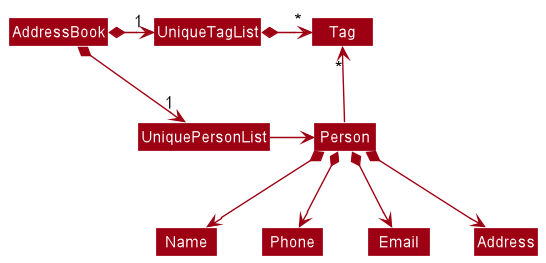
Above: docs/images/BetterModelClassDiagram.png in nus-cs2103-AY2122S1/tp (PlantUML), before the change.
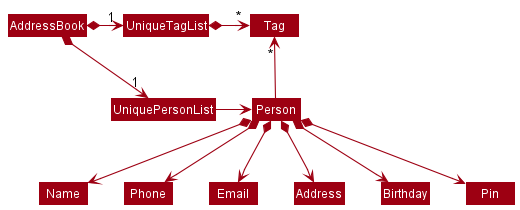
After the commit.

Commit message:
Update BetterModelClassDiagram with Pin and Birthday

Diff of the diagram source:
```diff
@@ -18,4 +18,6 @@
 Person *--> Phone
 Person *--> Email
 Person *--> Address
+Person *--> Birthday
+Person *--> Pin
 @enduml
```
